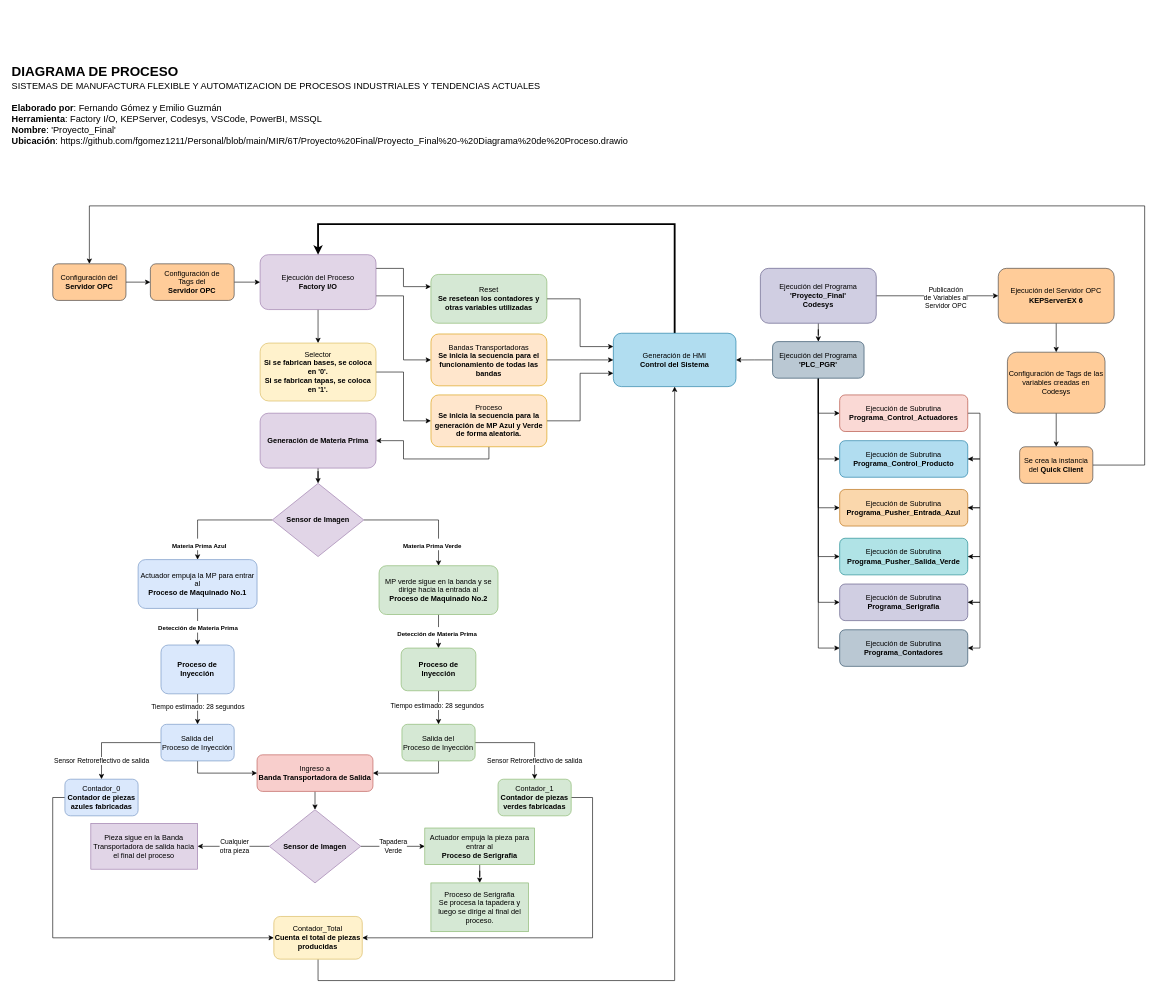
Earlier version of the draw.io diagram MIR/6T/Proyecto Final/Proyecto_Final - Diagrama de Proceso.drawio (fgomez1211/Personal). Source tidied: cells renumbered, new cells numbered last; positions are measured from the earlier drawing's top-left corner, leaving out a move shared by most shapes. Both pictures are drawn from the tidied source at 61%, with x=0, y=0 at pixel (10, 47).
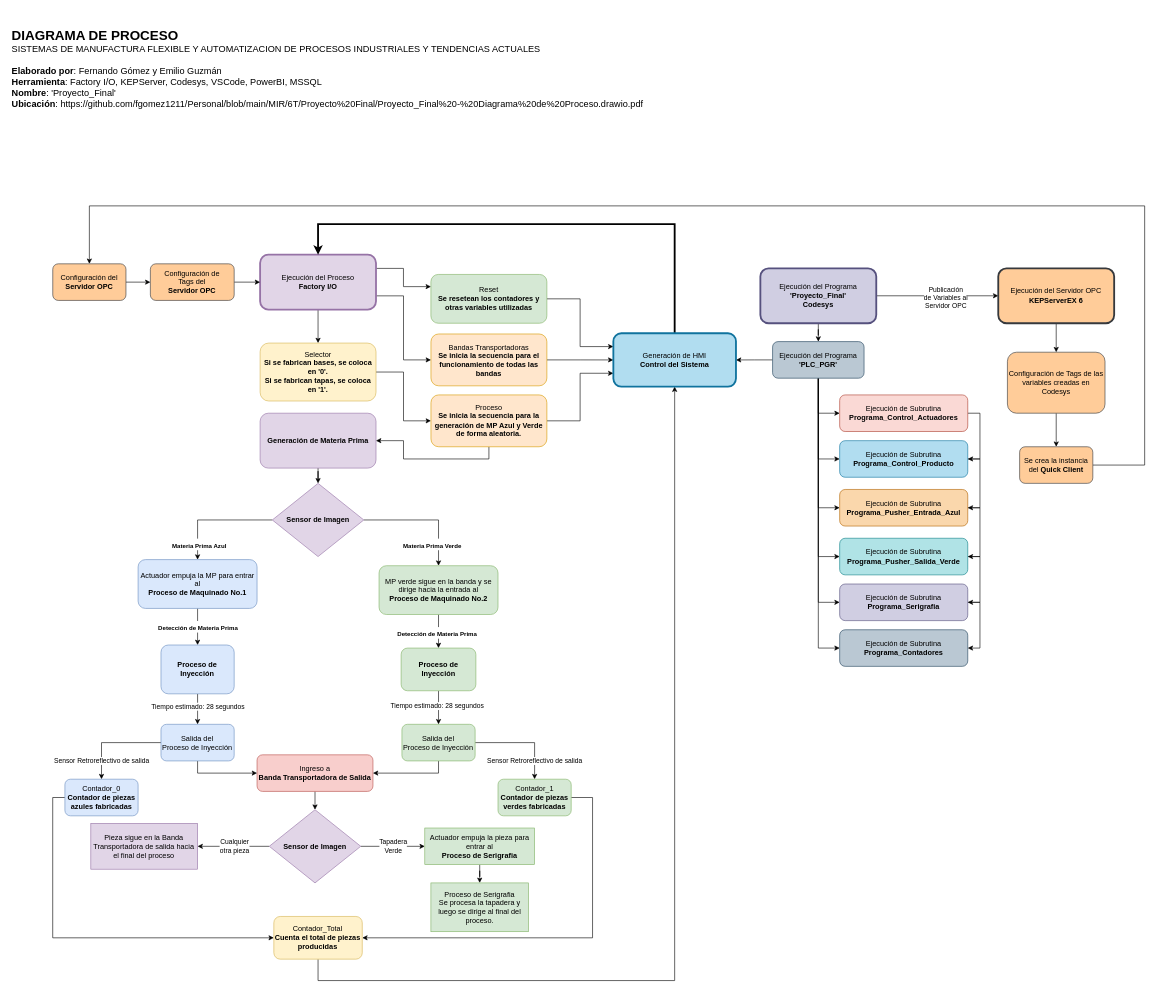
After the change.

Diff of the diagram source:
```diff
@@
-    <mxCell id="8" value="&lt;b style=&quot;font-size: 22px;&quot;&gt;DIAGRAMA DE PROCESO&lt;br&gt;&lt;/b&gt;&lt;font style=&quot;font-size: 15px;&quot;&gt;&lt;span style=&quot;font-size: 15px;&quot;&gt;SISTEMAS DE MANUFACTURA FLEXIBLE Y AUTOMATIZACION DE PROCESOS INDUSTRIALES Y TENDENCIAS ACTUALES&lt;br&gt;&lt;/span&gt;&lt;br&gt;&lt;span style=&quot;font-size: 15px;&quot;&gt;&lt;b&gt;Elaborado por&lt;/b&gt;: Fernando Gómez y Emilio Guzmán&lt;/span&gt;&lt;br&gt;&lt;span style=&quot;font-size: 15px;&quot;&gt;&lt;b&gt;Herramienta&lt;/b&gt;: Factory I/O, KEPServer, Codesys, VSCode, PowerBI, MSSQL&lt;/span&gt;&lt;br&gt;&lt;span style=&quot;font-size: 15px;&quot;&gt;&lt;b&gt;Nombre&lt;/b&gt;: 'Proyecto_Final'&lt;/span&gt;&lt;br&gt;&lt;font style=&quot;font-size: 15px;&quot;&gt;&lt;b&gt;Ubicación&lt;/b&gt;:&amp;nbsp;https://github.com/fgomez1211/Personal/blob/main/MIR/6T/Proyecto%20Final/Proyecto_Final%20-%20Diagrama%20de%20Proceso.drawio&lt;/font&gt;&lt;br&gt;&lt;/font&gt;" style="text;html=1;strokeColor=none;fillColor=none;align=left;verticalAlign=middle;whiteSpace=wrap;rounded=0;" parent="1" vertex="1">
-      <mxGeometry width="1080" height="190" as="geometry" />
+    <mxCell id="8" value="&lt;b style=&quot;font-size: 22px;&quot;&gt;DIAGRAMA DE PROCESO&lt;br&gt;&lt;/b&gt;&lt;font style=&quot;font-size: 15px;&quot;&gt;&lt;span style=&quot;font-size: 15px;&quot;&gt;SISTEMAS DE MANUFACTURA FLEXIBLE Y AUTOMATIZACION DE PROCESOS INDUSTRIALES Y TENDENCIAS ACTUALES&lt;br&gt;&lt;/span&gt;&lt;br&gt;&lt;span style=&quot;font-size: 15px;&quot;&gt;&lt;b&gt;Elaborado por&lt;/b&gt;: Fernando Gómez y Emilio Guzmán&lt;/span&gt;&lt;br&gt;&lt;span style=&quot;font-size: 15px;&quot;&gt;&lt;b&gt;Herramienta&lt;/b&gt;: Factory I/O, KEPServer, Codesys, VSCode, PowerBI, MSSQL&lt;/span&gt;&lt;br&gt;&lt;span style=&quot;font-size: 15px;&quot;&gt;&lt;b&gt;Nombre&lt;/b&gt;: 'Proyecto_Final'&lt;/span&gt;&lt;br&gt;&lt;font style=&quot;font-size: 15px;&quot;&gt;&lt;b&gt;Ubicación&lt;/b&gt;:&amp;nbsp;https://github.com/fgomez1211/Personal/blob/main/MIR/6T/Proyecto%20Final/Proyecto_Final%20-%20Diagrama%20de%20Proceso.drawio.pdf&lt;/font&gt;&lt;br&gt;&lt;/font&gt;" style="text;html=1;strokeColor=none;fillColor=none;align=left;verticalAlign=middle;whiteSpace=wrap;rounded=0;" parent="1" vertex="1">
+      <mxGeometry y="-60" width="1080" height="190" as="geometry" />
     </mxCell>
@@
-    <mxCell id="14" value="Ejecución del Proceso&lt;br&gt;&lt;b&gt;Factory I/O&lt;/b&gt;" style="whiteSpace=wrap;html=1;rounded=1;glass=0;strokeWidth=1;shadow=0;fillColor=#e1d5e7;strokeColor=#9673a6;" parent="1" vertex="1">
+    <mxCell id="14" value="Ejecución del Proceso&lt;br&gt;&lt;b&gt;Factory I/O&lt;/b&gt;" style="whiteSpace=wrap;html=1;rounded=1;glass=0;strokeWidth=3;shadow=0;fillColor=#e1d5e7;strokeColor=#9673a6;" parent="1" vertex="1">
       <mxGeometry x="408.9" y="340" width="190" height="90" as="geometry" />
     </mxCell>
@@
-    <mxCell id="63" value="Ejecución del Programa&lt;br&gt;&lt;b&gt;'Proyecto_Final'&lt;/b&gt;&lt;br&gt;&lt;b&gt;Codesys&lt;/b&gt;" style="whiteSpace=wrap;html=1;rounded=1;glass=0;strokeWidth=1;shadow=0;fillColor=#d0cee2;strokeColor=#56517e;" parent="1" vertex="1">
+    <mxCell id="63" value="Ejecución del Programa&lt;br&gt;&lt;b&gt;'Proyecto_Final'&lt;/b&gt;&lt;br&gt;&lt;b&gt;Codesys&lt;/b&gt;" style="whiteSpace=wrap;html=1;rounded=1;glass=0;strokeWidth=3;shadow=0;fillColor=#d0cee2;strokeColor=#56517e;" parent="1" vertex="1">
       <mxGeometry x="1229" y="362.4" width="190" height="90" as="geometry" />
     </mxCell>
@@
-    <mxCell id="65" value="Ejecución del Servidor OPC&lt;br&gt;&lt;b&gt;KEPServerEX 6&lt;/b&gt;" style="whiteSpace=wrap;html=1;rounded=1;glass=0;strokeWidth=1;shadow=0;fillColor=#ffcc99;strokeColor=#36393d;" parent="1" vertex="1">
+    <mxCell id="65" value="Ejecución del Servidor OPC&lt;br&gt;&lt;b&gt;KEPServerEX 6&lt;/b&gt;" style="whiteSpace=wrap;html=1;rounded=1;glass=0;strokeWidth=3;shadow=0;fillColor=#ffcc99;strokeColor=#36393d;" parent="1" vertex="1">
       <mxGeometry x="1619" y="362.4" width="190" height="90" as="geometry" />
     </mxCell>
@@
-    <mxCell id="86" value="Generación de HMI&lt;br&gt;&lt;b&gt;Control del Sistema&lt;/b&gt;" style="whiteSpace=wrap;html=1;fillColor=#b1ddf0;strokeColor=#10739e;rounded=1;glass=0;strokeWidth=1;shadow=0;" parent="1" vertex="1">
+    <mxCell id="86" value="Generación de HMI&lt;br&gt;&lt;b&gt;Control del Sistema&lt;/b&gt;" style="whiteSpace=wrap;html=1;fillColor=#b1ddf0;strokeColor=#10739e;rounded=1;glass=0;strokeWidth=3;shadow=0;" parent="1" vertex="1">
       <mxGeometry x="988" y="468.8" width="201" height="87.5" as="geometry" />
     </mxCell>
```
